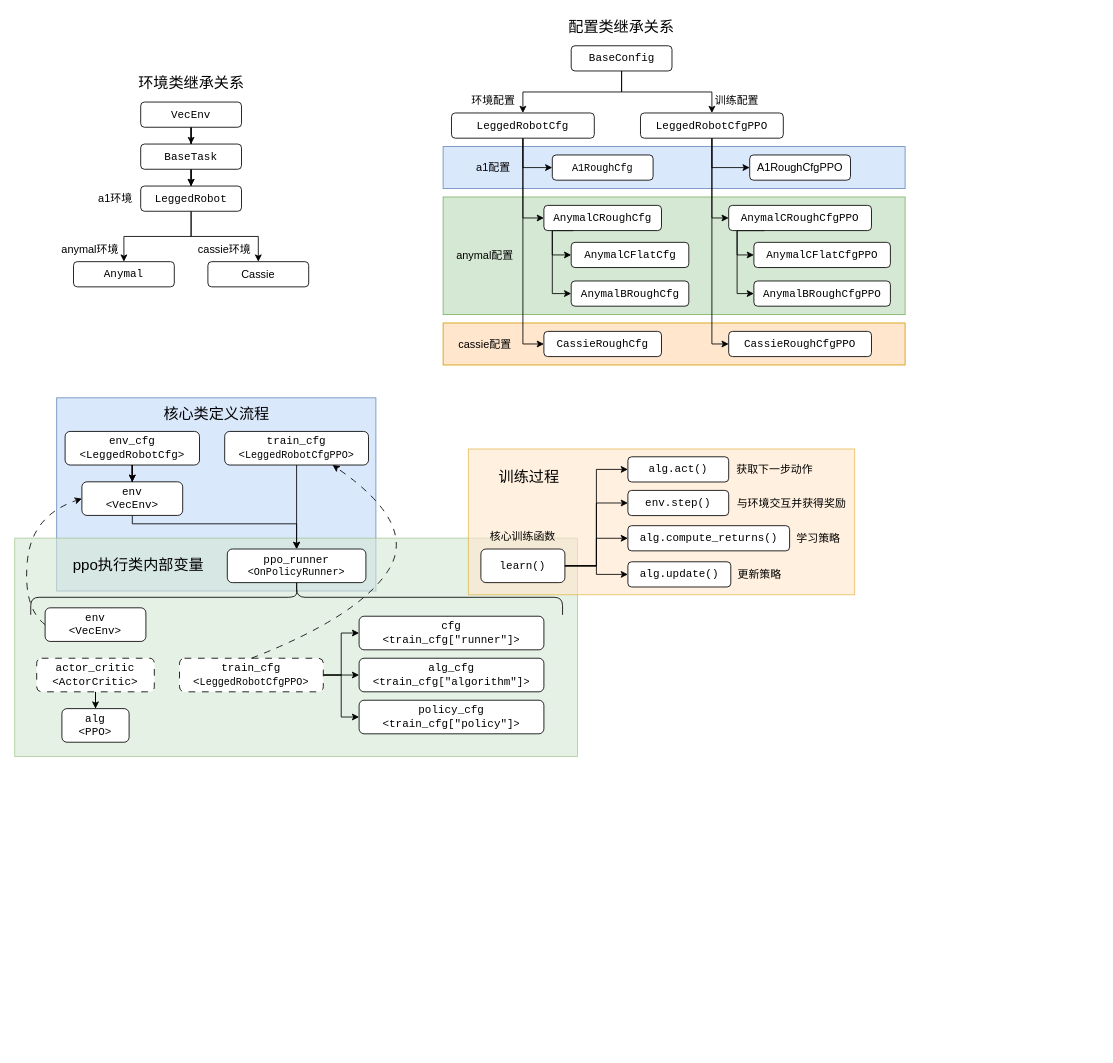
ChenZheng29/mm_legged_gym keeps this draw.io diagram as legged_gym.drawio. Above is the earlier version. Source tidied: cells renumbered, new cells numbered last; positions are measured from the earlier drawing's top-left corner, leaving out a move shared by most shapes. Both pictures are drawn from the tidied source at 84%, with x=0, y=0 at pixel (14, 14).
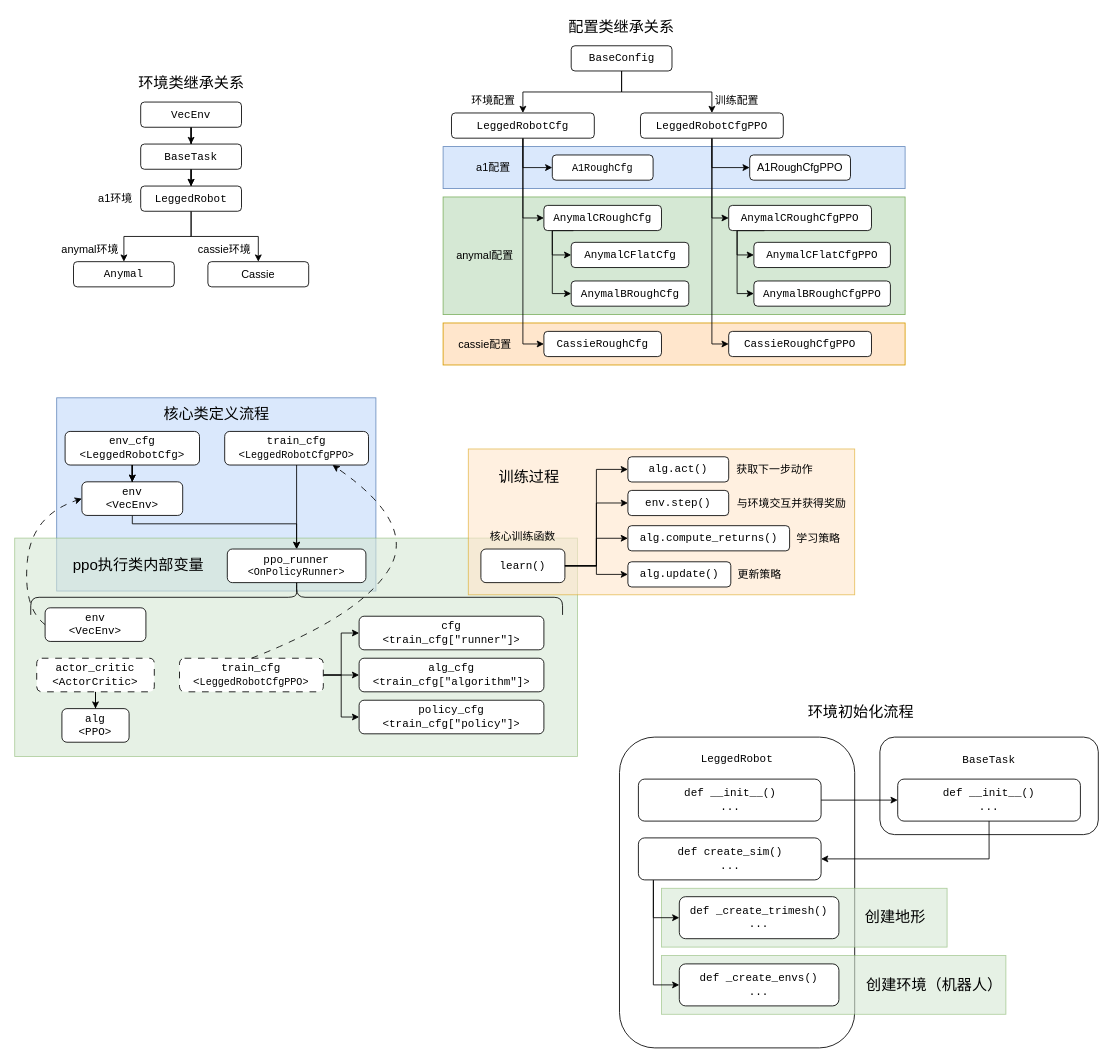
The same page after the edit.

The edit, as a diff of the source:
```diff
@@
+    <mxCell id="92" value="&lt;div style=&quot;&quot;&gt;&lt;pre style=&quot;font-family: &amp;quot;JetBrains Mono&amp;quot;, monospace;&quot;&gt;&lt;font style=&quot;color: rgb(0, 0, 0); font-size: 13px;&quot;&gt;LeggedRobot&lt;/font&gt;&lt;/pre&gt;&lt;/div&gt;" style="whiteSpace=wrap;html=1;rounded=1;verticalAlign=top;labelPosition=center;verticalLabelPosition=middle;align=center;" parent="1" vertex="1">
+      <mxGeometry x="720" y="860" width="280" height="370" as="geometry" />
+    </mxCell>
+    <mxCell id="93" style="whiteSpace=wrap;html=1;fillColor=#d5e8d4;strokeColor=#82b366;opacity=60;" parent="1" vertex="1">
+      <mxGeometry x="770" y="1120" width="410" height="70" as="geometry" />
+    </mxCell>
+    <mxCell id="94" style="whiteSpace=wrap;html=1;fillColor=#d5e8d4;strokeColor=#82b366;opacity=60;" parent="1" vertex="1">
+      <mxGeometry x="770" y="1040" width="340" height="70" as="geometry" />
+    </mxCell>
@@
+    <mxCell id="95" value="&lt;font style=&quot;font-size: 18px;&quot;&gt;环境初始化流程&lt;/font&gt;" style="text;strokeColor=none;align=center;fillColor=none;html=1;verticalAlign=middle;whiteSpace=wrap;rounded=0;" parent="1" vertex="1">
+      <mxGeometry x="940" y="816.1" width="135" height="30" as="geometry" />
+    </mxCell>
+    <mxCell id="96" value="&lt;div style=&quot;&quot;&gt;&lt;pre style=&quot;font-family: &amp;quot;JetBrains Mono&amp;quot;, monospace;&quot;&gt;&lt;pre style=&quot;font-family: &amp;quot;JetBrains Mono&amp;quot;, monospace; font-size: 9.8pt;&quot;&gt;&lt;font style=&quot;color: rgb(0, 0, 0);&quot;&gt;BaseTask&lt;/font&gt;&lt;/pre&gt;&lt;/pre&gt;&lt;/div&gt;" style="whiteSpace=wrap;html=1;rounded=1;verticalAlign=top;" parent="1" vertex="1">
+      <mxGeometry x="1030" y="860" width="260" height="116.1" as="geometry" />
+    </mxCell>
+    <mxCell id="97" value="&lt;div style=&quot;&quot;&gt;&lt;pre style=&quot;font-family: &amp;quot;JetBrains Mono&amp;quot;, monospace;&quot;&gt;&lt;font style=&quot;color: rgb(0, 0, 0); font-size: 13px;&quot;&gt;def _create_trimesh()&lt;br/&gt;...&lt;/font&gt;&lt;/pre&gt;&lt;/div&gt;" style="whiteSpace=wrap;html=1;rounded=1;" parent="1" vertex="1">
+      <mxGeometry x="791.2" y="1050" width="190" height="50" as="geometry" />
+    </mxCell>
+    <mxCell id="98" value="&lt;div style=&quot;&quot;&gt;&lt;pre style=&quot;font-family: &amp;quot;JetBrains Mono&amp;quot;, monospace;&quot;&gt;&lt;font style=&quot;color: rgb(0, 0, 0); font-size: 13px;&quot;&gt;def _create_envs()&lt;br/&gt;...&lt;/font&gt;&lt;/pre&gt;&lt;/div&gt;" style="whiteSpace=wrap;html=1;rounded=1;" parent="1" vertex="1">
+      <mxGeometry x="791.2" y="1130" width="190" height="50" as="geometry" />
+    </mxCell>
+    <mxCell id="99" style="edgeStyle=orthogonalEdgeStyle;rounded=0;jettySize=auto;html=1;entryX=0;entryY=0.5;entryDx=0;entryDy=0;" parent="1" edge="1" source="100" target="102">
+      <mxGeometry relative="1" as="geometry" />
+    </mxCell>
+    <mxCell id="100" value="&lt;div style=&quot;&quot;&gt;&lt;pre style=&quot;font-family: &amp;quot;JetBrains Mono&amp;quot;, monospace;&quot;&gt;&lt;font style=&quot;color: rgb(0, 0, 0); font-size: 13px;&quot;&gt;def __init__()&lt;br&gt;...&lt;/font&gt;&lt;/pre&gt;&lt;/div&gt;" style="whiteSpace=wrap;html=1;rounded=1;" parent="1" vertex="1">
+      <mxGeometry x="742.5" y="910" width="217.5" height="50" as="geometry" />
+    </mxCell>
+    <mxCell id="101" style="edgeStyle=orthogonalEdgeStyle;rounded=0;jettySize=auto;html=1;exitX=0.5;exitY=1;exitDx=0;exitDy=0;entryX=1;entryY=0.5;entryDx=0;entryDy=0;" parent="1" edge="1" source="102" target="105">
+      <mxGeometry relative="1" as="geometry" />
+    </mxCell>
+    <mxCell id="102" value="&lt;div style=&quot;&quot;&gt;&lt;pre style=&quot;font-family: &amp;quot;JetBrains Mono&amp;quot;, monospace;&quot;&gt;&lt;font style=&quot;color: rgb(0, 0, 0); font-size: 13px;&quot;&gt;def __init__()&lt;br&gt;...&lt;/font&gt;&lt;/pre&gt;&lt;/div&gt;" style="whiteSpace=wrap;html=1;rounded=1;" parent="1" vertex="1">
+      <mxGeometry x="1051.2" y="910" width="217.5" height="50" as="geometry" />
+    </mxCell>
+    <mxCell id="103" style="edgeStyle=orthogonalEdgeStyle;rounded=0;jettySize=auto;html=1;exitX=0.082;exitY=1.012;exitDx=0;exitDy=0;entryX=0;entryY=0.5;entryDx=0;entryDy=0;exitPerimeter=0;" parent="1" edge="1" source="105" target="97">
+      <mxGeometry relative="1" as="geometry" />
+    </mxCell>
+    <mxCell id="104" style="edgeStyle=orthogonalEdgeStyle;rounded=0;jettySize=auto;html=1;exitX=0.082;exitY=0.984;exitDx=0;exitDy=0;entryX=0;entryY=0.5;entryDx=0;entryDy=0;exitPerimeter=0;" parent="1" edge="1" source="105" target="98">
+      <mxGeometry relative="1" as="geometry" />
+    </mxCell>
+    <mxCell id="105" value="&lt;div style=&quot;&quot;&gt;&lt;pre style=&quot;font-family: &amp;quot;JetBrains Mono&amp;quot;, monospace;&quot;&gt;&lt;font style=&quot;color: rgb(0, 0, 0); font-size: 13px;&quot;&gt;def create_sim()&lt;br&gt;...&lt;/font&gt;&lt;/pre&gt;&lt;/div&gt;" style="whiteSpace=wrap;html=1;rounded=1;" parent="1" vertex="1">
+      <mxGeometry x="742.5" y="980" width="217.5" height="50" as="geometry" />
+    </mxCell>
+    <mxCell id="106" value="&lt;span style=&quot;font-size: 18px;&quot;&gt;创建地形&lt;/span&gt;" style="text;strokeColor=none;align=center;fillColor=none;html=1;verticalAlign=middle;whiteSpace=wrap;rounded=0;" parent="1" vertex="1">
+      <mxGeometry x="981.2" y="1060" width="135" height="30" as="geometry" />
+    </mxCell>
+    <mxCell id="107" value="&lt;span style=&quot;font-size: 18px;&quot;&gt;创建环境（机器人）&lt;/span&gt;" style="text;strokeColor=none;align=center;fillColor=none;html=1;verticalAlign=middle;whiteSpace=wrap;rounded=0;" parent="1" vertex="1">
+      <mxGeometry x="1010" y="1140" width="170" height="30" as="geometry" />
+    </mxCell>
```
